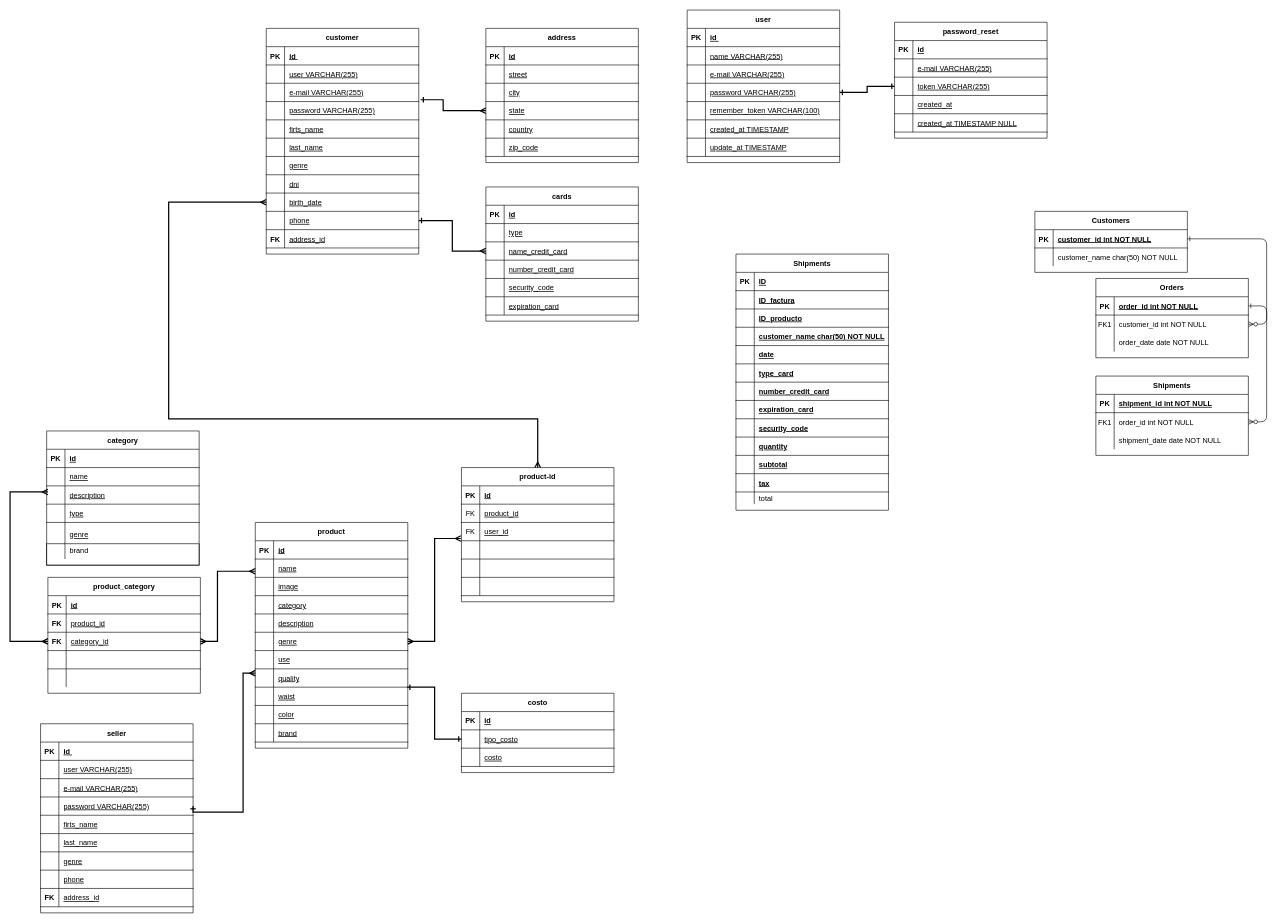
Above: Untitled Diagram.drawio in canetemauricio/equipo11 (draw.io), before the change. Source tidied: cells renumbered, new cells numbered last; positions are measured from the earlier drawing's top-left corner, leaving out a move shared by most shapes. Both pictures are drawn from the tidied source at 61%, with x=0, y=0 at pixel (10, 10).
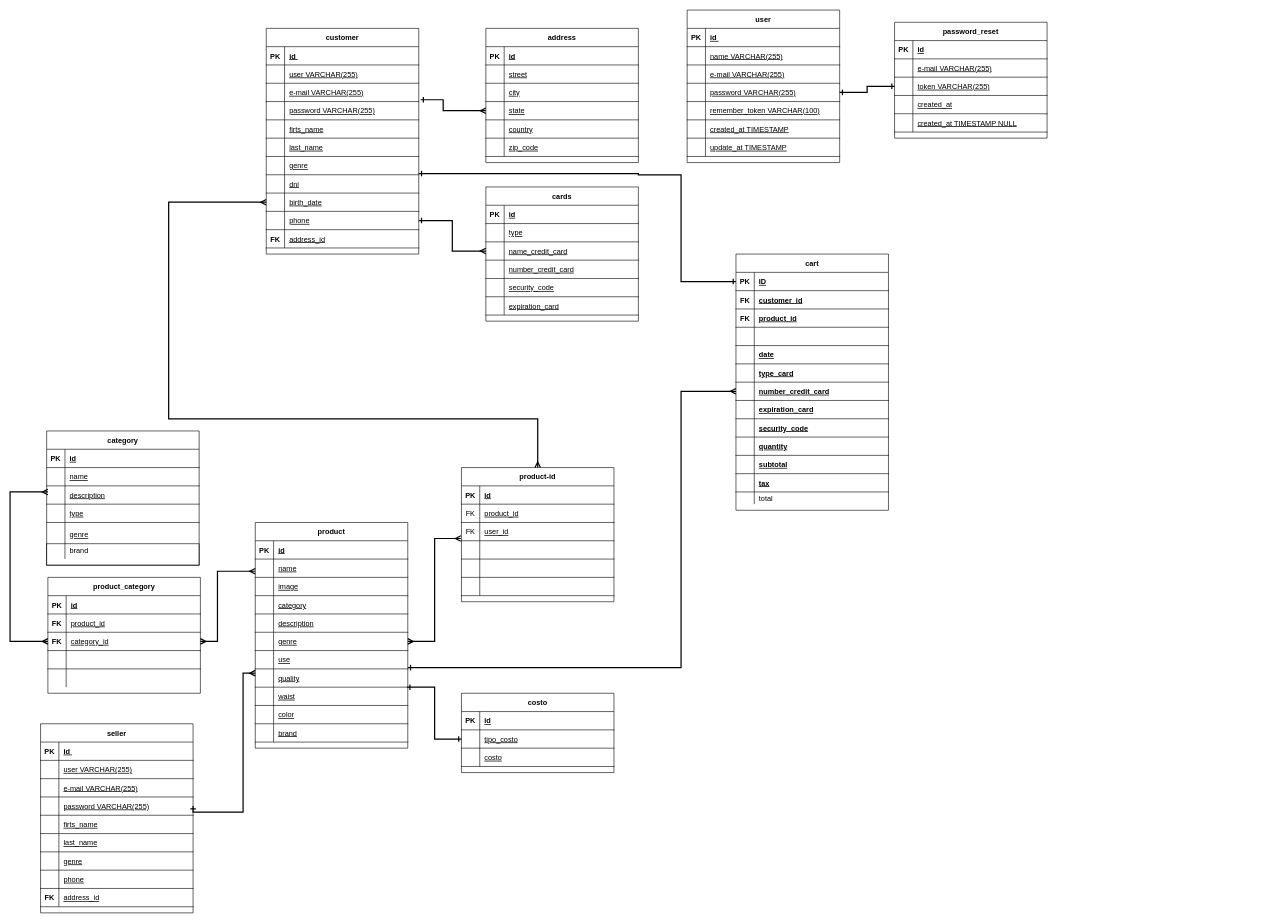
After the change.

The change refers to these unchanged cells:
```xml
<mxCell id="88" style="shape=partialRectangle;fillColor=none;points=[[0,0.5],[1,0.5]];portConstraint=eastwest;top=0;left=0;right=0;bottom=1;fontStyle=0;" parent="66" vertex="1">
  <mxGeometry y="240" width="250" height="30" as="geometry" />
</mxCell>
<mxCell id="101" style="shape=partialRectangle;fillColor=none;points=[[0,0.5],[1,0.5]];portConstraint=eastwest;top=0;left=0;right=0;bottom=1;" parent="100" vertex="1">
  <mxGeometry y="30" width="250" height="30" as="geometry" />
</mxCell>
<mxCell id="104" style="shape=partialRectangle;fillColor=none;top=0;left=0;right=0;bottom=1;" parent="100" vertex="1">
  <mxGeometry y="60" width="250" height="30" as="geometry" />
</mxCell>
<mxCell id="107" style="shape=partialRectangle;fillColor=none;top=0;left=0;right=0;bottom=1;" parent="100" vertex="1">
  <mxGeometry y="90" width="250" height="30" as="geometry" />
</mxCell>
<mxCell id="119" style="shape=partialRectangle;fillColor=none;points=[[0,0.5],[1,0.5]];portConstraint=eastwest;top=0;left=0;right=0;bottom=1;" parent="100" vertex="1">
  <mxGeometry y="210" width="250" height="30" as="geometry" />
</mxCell>
```

Diff of the diagram source:
```diff
@@
-    <mxCell id="3" style="edgeStyle=entityRelationEdgeStyle;endArrow=ERzeroToMany;startArrow=ERone;endFill=1;startFill=0;" parent="1" edge="1" source="26" target="9">
-      <mxGeometry relative="1" as="geometry" />
-    </mxCell>
-    <mxCell id="4" style="edgeStyle=entityRelationEdgeStyle;endArrow=ERzeroToMany;startArrow=ERone;endFill=1;startFill=0;" parent="1" edge="1" source="6" target="19">
-      <mxGeometry relative="1" as="geometry" />
-    </mxCell>
-    <mxCell id="5" value="Orders" style="shape=table;startSize=30;childLayout=tableLayout;rowLines=0;fontStyle=1;align=center;" parent="1" vertex="1">
-      <mxGeometry x="1780" y="440" width="250" height="130" as="geometry" />
-    </mxCell>
-    <mxCell id="6" style="shape=partialRectangle;fillColor=none;points=[[0,0.5],[1,0.5]];portConstraint=eastwest;top=0;left=0;right=0;bottom=1;" parent="5" vertex="1">
-      <mxGeometry y="30" width="250" height="30" as="geometry" />
-    </mxCell>
-    <mxCell id="7" value="PK" style="shape=partialRectangle;overflow=hidden;fillColor=none;top=0;left=0;bottom=0;right=0;fontStyle=1;" parent="6" vertex="1">
-      <mxGeometry width="30" height="30" as="geometry" />
-    </mxCell>
-    <mxCell id="8" value="order_id int NOT NULL " style="shape=partialRectangle;overflow=hidden;fillColor=none;top=0;left=0;bottom=0;right=0;align=left;spacingLeft=6;fontStyle=5;" parent="6" vertex="1">
-      <mxGeometry x="30" width="220" height="30" as="geometry" />
-    </mxCell>
-    <mxCell id="9" style="shape=partialRectangle;fillColor=none;points=[[0,0.5],[1,0.5]];portConstraint=eastwest;top=0;left=0;right=0;bottom=0;" parent="5" vertex="1">
-      <mxGeometry y="60" width="250" height="30" as="geometry" />
-    </mxCell>
-    <mxCell id="10" value="FK1" style="shape=partialRectangle;overflow=hidden;fillColor=none;top=0;left=0;bottom=0;right=0;" parent="9" vertex="1">
-      <mxGeometry width="30" height="30" as="geometry" />
-    </mxCell>
-    <mxCell id="11" value="customer_id int NOT NULL" style="shape=partialRectangle;overflow=hidden;fillColor=none;top=0;left=0;bottom=0;right=0;align=left;spacingLeft=6;" parent="9" vertex="1">
-      <mxGeometry x="30" width="220" height="30" as="geometry" />
-    </mxCell>
-    <mxCell id="12" style="shape=partialRectangle;fillColor=none;top=0;left=0;right=0;bottom=0;" parent="5" vertex="1">
-      <mxGeometry y="90" width="250" height="30" as="geometry" />
-    </mxCell>
-    <mxCell id="13" style="shape=partialRectangle;overflow=hidden;fillColor=none;top=0;left=0;bottom=0;right=0;" parent="12" vertex="1">
-      <mxGeometry width="30" height="30" as="geometry" />
-    </mxCell>
-    <mxCell id="14" value="order_date date NOT NULL" style="shape=partialRectangle;overflow=hidden;fillColor=none;top=0;left=0;bottom=0;right=0;align=left;spacingLeft=6;" parent="12" vertex="1">
-      <mxGeometry x="30" width="220" height="30" as="geometry" />
-    </mxCell>
-    <mxCell id="15" value="Shipments" style="shape=table;startSize=30;childLayout=tableLayout;rowLines=0;fontStyle=1;align=center;" parent="1" vertex="1">
-      <mxGeometry x="1780" y="600" width="250" height="130" as="geometry" />
-    </mxCell>
-    <mxCell id="16" style="shape=partialRectangle;fillColor=none;top=0;left=0;right=0;bottom=1;" parent="15" vertex="1">
-      <mxGeometry y="30" width="250" height="30" as="geometry" />
-    </mxCell>
-    <mxCell id="17" value="PK" style="shape=partialRectangle;overflow=hidden;fillColor=none;top=0;left=0;bottom=0;right=0;fontStyle=1;" parent="16" vertex="1">
-      <mxGeometry width="30" height="30" as="geometry" />
-    </mxCell>
-    <mxCell id="18" value="shipment_id int NOT NULL " style="shape=partialRectangle;overflow=hidden;fillColor=none;top=0;left=0;bottom=0;right=0;align=left;spacingLeft=6;fontStyle=5;" parent="16" vertex="1">
-      <mxGeometry x="30" width="220" height="30" as="geometry" />
-    </mxCell>
-    <mxCell id="19" style="shape=partialRectangle;fillColor=none;points=[[0,0.5],[1,0.5]];portConstraint=eastwest;top=0;left=0;right=0;bottom=0;" parent="15" vertex="1">
-      <mxGeometry y="60" width="250" height="30" as="geometry" />
-    </mxCell>
-    <mxCell id="20" value="FK1" style="shape=partialRectangle;overflow=hidden;fillColor=none;top=0;left=0;bottom=0;right=0;" parent="19" vertex="1">
-      <mxGeometry width="30" height="30" as="geometry" />
-    </mxCell>
-    <mxCell id="21" value="order_id int NOT NULL" style="shape=partialRectangle;overflow=hidden;fillColor=none;top=0;left=0;bottom=0;right=0;align=left;spacingLeft=6;" parent="19" vertex="1">
-      <mxGeometry x="30" width="220" height="30" as="geometry" />
-    </mxCell>
-    <mxCell id="22" style="shape=partialRectangle;fillColor=none;top=0;left=0;right=0;bottom=0;" parent="15" vertex="1">
-      <mxGeometry y="90" width="250" height="30" as="geometry" />
-    </mxCell>
-    <mxCell id="23" style="shape=partialRectangle;overflow=hidden;fillColor=none;top=0;left=0;bottom=0;right=0;" parent="22" vertex="1">
-      <mxGeometry width="30" height="30" as="geometry" />
-    </mxCell>
-    <mxCell id="24" value="shipment_date date NOT NULL" style="shape=partialRectangle;overflow=hidden;fillColor=none;top=0;left=0;bottom=0;right=0;align=left;spacingLeft=6;" parent="22" vertex="1">
-      <mxGeometry x="30" width="220" height="30" as="geometry" />
-    </mxCell>
-    <mxCell id="25" value="Customers" style="shape=table;startSize=30;childLayout=tableLayout;rowLines=0;fontStyle=1;align=center;" parent="1" vertex="1">
-      <mxGeometry x="1680" y="330" width="250" height="100" as="geometry" />
-    </mxCell>
-    <mxCell id="26" style="shape=partialRectangle;fillColor=none;points=[[0,0.5],[1,0.5]];portConstraint=eastwest;top=0;left=0;right=0;bottom=1;" parent="25" vertex="1">
-      <mxGeometry y="30" width="250" height="30" as="geometry" />
-    </mxCell>
-    <mxCell id="27" value="PK" style="shape=partialRectangle;overflow=hidden;fillColor=none;top=0;left=0;bottom=0;right=0;fontStyle=1;" parent="26" vertex="1">
-      <mxGeometry width="30" height="30" as="geometry" />
-    </mxCell>
-    <mxCell id="28" value="customer_id int NOT NULL " style="shape=partialRectangle;overflow=hidden;fillColor=none;top=0;left=0;bottom=0;right=0;align=left;spacingLeft=6;fontStyle=5;" parent="26" vertex="1">
-      <mxGeometry x="30" width="220" height="30" as="geometry" />
-    </mxCell>
-    <mxCell id="29" style="shape=partialRectangle;fillColor=none;top=0;left=0;right=0;bottom=0;" parent="25" vertex="1">
-      <mxGeometry y="60" width="250" height="30" as="geometry" />
-    </mxCell>
-    <mxCell id="30" style="shape=partialRectangle;overflow=hidden;fillColor=none;top=0;left=0;bottom=0;right=0;" parent="29" vertex="1">
-      <mxGeometry width="30" height="30" as="geometry" />
-    </mxCell>
-    <mxCell id="31" value="customer_name char(50) NOT NULL" style="shape=partialRectangle;overflow=hidden;fillColor=none;top=0;left=0;bottom=0;right=0;align=left;spacingLeft=6;" parent="29" vertex="1">
-      <mxGeometry x="30" width="220" height="30" as="geometry" />
-    </mxCell>
@@
-    <mxCell id="100" value="Shipments" style="shape=table;startSize=30;childLayout=tableLayout;rowLines=0;fontStyle=1;align=center;" parent="1" vertex="1">
+    <mxCell id="100" value="cart" style="shape=table;startSize=30;childLayout=tableLayout;rowLines=0;fontStyle=1;align=center;" parent="1" vertex="1">
       <mxGeometry x="1190" y="400" width="250" height="420" as="geometry" />
     </mxCell>
@@
-    <mxCell id="106" value="ID_factura" style="shape=partialRectangle;overflow=hidden;fillColor=none;top=0;left=0;bottom=0;right=0;align=left;spacingLeft=6;fontStyle=5;" parent="104" vertex="1">
+    <mxCell id="106" value="customer_id" style="shape=partialRectangle;overflow=hidden;fillColor=none;top=0;left=0;bottom=0;right=0;align=left;spacingLeft=6;fontStyle=5;" parent="104" vertex="1">
       <mxGeometry x="30" width="220" height="30" as="geometry" />
     </mxCell>
@@
-    <mxCell id="109" value="ID_producto" style="shape=partialRectangle;overflow=hidden;fillColor=none;top=0;left=0;bottom=0;right=0;align=left;spacingLeft=6;fontStyle=5;" parent="107" vertex="1">
+    <mxCell id="109" value="product_id" style="shape=partialRectangle;overflow=hidden;fillColor=none;top=0;left=0;bottom=0;right=0;align=left;spacingLeft=6;fontStyle=5;" parent="107" vertex="1">
       <mxGeometry x="30" width="220" height="30" as="geometry" />
     </mxCell>
@@
-    <mxCell id="140" value="customer_name char(50) NOT NULL" style="shape=partialRectangle;overflow=hidden;fillColor=none;top=0;left=0;bottom=0;right=0;align=left;spacingLeft=6;fontStyle=5;" parent="1" vertex="1">
-      <mxGeometry x="1220" y="520" width="220" height="30" as="geometry" />
-    </mxCell>
@@
+    <mxCell id="325" value="FK" style="shape=partialRectangle;overflow=hidden;fillColor=none;top=0;left=0;bottom=0;right=0;fontStyle=1;labelBorderColor=none;" parent="1" vertex="1">
+      <mxGeometry x="1190" y="490" width="30" height="30" as="geometry" />
+    </mxCell>
+    <mxCell id="326" value="FK" style="shape=partialRectangle;overflow=hidden;fillColor=none;top=0;left=0;bottom=0;right=0;fontStyle=1;labelBorderColor=none;" parent="1" vertex="1">
+      <mxGeometry x="1190" y="460" width="30" height="30" as="geometry" />
+    </mxCell>
+    <mxCell id="327" style="edgeStyle=orthogonalEdgeStyle;rounded=0;jettySize=auto;html=1;startArrow=ERone;startFill=0;endArrow=ERone;endFill=0;strokeWidth=2;exitX=0;exitY=0.5;exitDx=0;exitDy=0;" parent="1" edge="1" source="101">
+      <mxGeometry relative="1" as="geometry">
+        <mxPoint x="670" y="268" as="targetPoint" />
+        <Array as="points">
+          <mxPoint x="1100" y="445" />
+          <mxPoint x="1100" y="270" />
+          <mxPoint x="1030" y="270" />
+          <mxPoint x="1030" y="268" />
+        </Array>
+      </mxGeometry>
+    </mxCell>
+    <mxCell id="328" style="edgeStyle=orthogonalEdgeStyle;rounded=0;jettySize=auto;html=1;startArrow=ERmany;startFill=0;endArrow=ERone;endFill=0;strokeWidth=2;exitX=0;exitY=0.5;exitDx=0;exitDy=0;entryX=1;entryY=-0.067;entryDx=0;entryDy=0;entryPerimeter=0;" parent="1" edge="1" source="119" target="88">
+      <mxGeometry relative="1" as="geometry">
+        <Array as="points">
+          <mxPoint x="1100" y="625" />
+          <mxPoint x="1100" y="1078" />
+        </Array>
+      </mxGeometry>
+    </mxCell>
```
